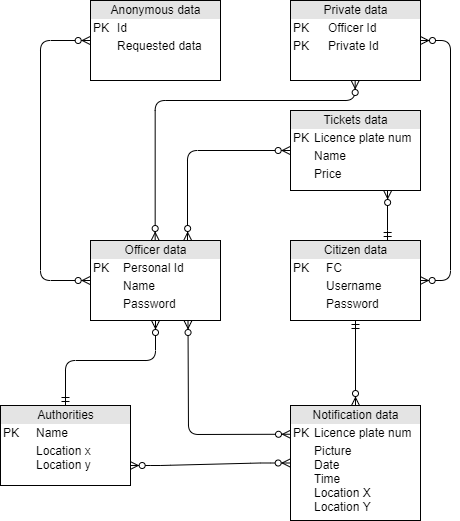
University-Projects-Secco/RahbariSecco keeps this draw.io diagram as DD/images/Data_model_diagram.png. Above is the earlier version. Source tidied: cells renumbered, new cells last; positions are measured from the earlier drawing's top-left corner, leaving out a move shared by most shapes. Its diagram source:
```xml
<mxGraphModel>
  <root>
    <mxCell id="0" />
    <mxCell id="1" parent="0" />
    <mxCell id="2" value="&lt;div style=&quot;text-align: center ; box-sizing: border-box ; width: 100% ; background: rgb(228 , 228 , 228) ; padding: 2px&quot;&gt;Tickets data&lt;/div&gt;&lt;table style=&quot;width: 100% ; font-size: 1em&quot; cellpadding=&quot;2&quot; cellspacing=&quot;0&quot;&gt;&lt;tbody&gt;&lt;tr&gt;&lt;td&gt;PK&lt;/td&gt;&lt;td&gt;Licence plate num&amp;nbsp;&lt;/td&gt;&lt;/tr&gt;&lt;tr&gt;&lt;td&gt;&lt;br&gt;&lt;/td&gt;&lt;td&gt;Name&lt;/td&gt;&lt;/tr&gt;&lt;tr&gt;&lt;td&gt;&lt;/td&gt;&lt;td&gt;Price&lt;/td&gt;&lt;/tr&gt;&lt;/tbody&gt;&lt;/table&gt;" style="verticalAlign=top;align=left;overflow=fill;html=1;" parent="1" vertex="1">
      <mxGeometry x="290" y="110" width="130" height="80" as="geometry" />
    </mxCell>
    <mxCell id="3" value="&lt;div style=&quot;text-align: center ; box-sizing: border-box ; width: 100% ; background: rgb(228 , 228 , 228) ; padding: 2px&quot;&gt;Citizen data&lt;/div&gt;&lt;table style=&quot;width: 100% ; font-size: 1em&quot; cellpadding=&quot;2&quot; cellspacing=&quot;0&quot;&gt;&lt;tbody&gt;&lt;tr&gt;&lt;td&gt;PK&lt;/td&gt;&lt;td&gt;FC&amp;nbsp;&lt;/td&gt;&lt;/tr&gt;&lt;tr&gt;&lt;td&gt;&lt;br&gt;&lt;/td&gt;&lt;td&gt;Username&lt;/td&gt;&lt;/tr&gt;&lt;tr&gt;&lt;td&gt;&lt;/td&gt;&lt;td&gt;Password&lt;/td&gt;&lt;/tr&gt;&lt;/tbody&gt;&lt;/table&gt;" style="verticalAlign=top;align=left;overflow=fill;html=1;" parent="1" vertex="1">
      <mxGeometry x="290" y="240" width="130" height="80" as="geometry" />
    </mxCell>
    <mxCell id="4" value="&lt;div style=&quot;text-align: center ; box-sizing: border-box ; width: 100% ; background: rgb(228 , 228 , 228) ; padding: 2px&quot;&gt;Officer data&lt;/div&gt;&lt;table style=&quot;width: 100% ; font-size: 1em&quot; cellpadding=&quot;2&quot; cellspacing=&quot;0&quot;&gt;&lt;tbody&gt;&lt;tr&gt;&lt;td&gt;PK&lt;/td&gt;&lt;td&gt;Personal Id&amp;nbsp;&lt;/td&gt;&lt;/tr&gt;&lt;tr&gt;&lt;td&gt;&lt;br&gt;&lt;/td&gt;&lt;td&gt;Name&lt;/td&gt;&lt;/tr&gt;&lt;tr&gt;&lt;td&gt;&lt;/td&gt;&lt;td&gt;Password&lt;/td&gt;&lt;/tr&gt;&lt;/tbody&gt;&lt;/table&gt;" style="verticalAlign=top;align=left;overflow=fill;html=1;" parent="1" vertex="1">
      <mxGeometry x="90" y="240" width="130" height="80" as="geometry" />
    </mxCell>
    <mxCell id="5" value="&lt;div style=&quot;text-align: center ; box-sizing: border-box ; width: 100% ; background: rgb(228 , 228 , 228) ; padding: 2px&quot;&gt;Anonymous data&lt;/div&gt;&lt;table style=&quot;width: 100% ; font-size: 1em&quot; cellpadding=&quot;2&quot; cellspacing=&quot;0&quot;&gt;&lt;tbody&gt;&lt;tr&gt;&lt;td&gt;PK&lt;/td&gt;&lt;td&gt;Id&amp;nbsp;&lt;/td&gt;&lt;/tr&gt;&lt;tr&gt;&lt;td&gt;&lt;br&gt;&lt;/td&gt;&lt;td&gt;Requested data&lt;/td&gt;&lt;/tr&gt;&lt;tr&gt;&lt;td&gt;&lt;/td&gt;&lt;td&gt;&lt;br&gt;&lt;/td&gt;&lt;/tr&gt;&lt;/tbody&gt;&lt;/table&gt;" style="verticalAlign=top;align=left;overflow=fill;html=1;" parent="1" vertex="1">
      <mxGeometry x="90" width="130" height="80" as="geometry" />
    </mxCell>
    <mxCell id="6" value="&lt;div style=&quot;text-align: center ; box-sizing: border-box ; width: 100% ; background: rgb(228 , 228 , 228) ; padding: 2px&quot;&gt;Private data&lt;/div&gt;&lt;table style=&quot;width: 100% ; font-size: 1em&quot; cellpadding=&quot;2&quot; cellspacing=&quot;0&quot;&gt;&lt;tbody&gt;&lt;tr&gt;&lt;td&gt;PK&lt;/td&gt;&lt;td&gt;Officer Id&amp;nbsp;&lt;/td&gt;&lt;/tr&gt;&lt;tr&gt;&lt;td&gt;PK&lt;/td&gt;&lt;td&gt;Private Id&lt;/td&gt;&lt;/tr&gt;&lt;tr&gt;&lt;td&gt;&lt;/td&gt;&lt;td&gt;&lt;br&gt;&lt;/td&gt;&lt;/tr&gt;&lt;/tbody&gt;&lt;/table&gt;" style="verticalAlign=top;align=left;overflow=fill;html=1;" parent="1" vertex="1">
      <mxGeometry x="290" width="130" height="80" as="geometry" />
    </mxCell>
    <mxCell id="7" value="&lt;div style=&quot;text-align: center ; box-sizing: border-box ; width: 100% ; background: rgb(228 , 228 , 228) ; padding: 2px&quot;&gt;Notification data&lt;/div&gt;&lt;table style=&quot;width: 100% ; font-size: 1em&quot; cellpadding=&quot;2&quot; cellspacing=&quot;0&quot;&gt;&lt;tbody&gt;&lt;tr&gt;&lt;td&gt;PK&lt;/td&gt;&lt;td&gt;Licence plate num&amp;nbsp;&lt;/td&gt;&lt;/tr&gt;&lt;tr&gt;&lt;td&gt;&lt;br&gt;&lt;/td&gt;&lt;td&gt;Picture&lt;br&gt;Date&lt;br&gt;Time&lt;br&gt;Location X&lt;br&gt;Location Y&lt;/td&gt;&lt;/tr&gt;&lt;tr&gt;&lt;td&gt;&lt;/td&gt;&lt;td&gt;&lt;br&gt;&lt;/td&gt;&lt;/tr&gt;&lt;/tbody&gt;&lt;/table&gt;" style="verticalAlign=top;align=left;overflow=fill;html=1;" parent="1" vertex="1">
      <mxGeometry x="290" y="405" width="130" height="115" as="geometry" />
    </mxCell>
    <mxCell id="8" style="endArrow=none;html=1;entryX=0;entryY=0.5;entryDx=0;entryDy=0;exitX=1;exitY=0.5;exitDx=0;exitDy=0;" parent="1" edge="1">
      <mxGeometry relative="1" as="geometry">
        <mxPoint x="115" y="80" as="sourcePoint" />
        <mxPoint x="130" y="80" as="targetPoint" />
      </mxGeometry>
    </mxCell>
    <mxCell id="9" style="edgeStyle=elbowEdgeStyle;fontSize=12;html=1;endArrow=ERzeroToMany;endFill=1;startArrow=ERzeroToMany;entryX=0;entryY=0.5;entryDx=0;entryDy=0;exitX=0;exitY=0.5;exitDx=0;exitDy=0;" parent="1" edge="1" source="5" target="4">
      <mxGeometry relative="1" as="geometry">
        <Array as="points">
          <mxPoint x="40" y="160" />
        </Array>
      </mxGeometry>
    </mxCell>
    <mxCell id="10" style="edgeStyle=elbowEdgeStyle;fontSize=12;html=1;endArrow=ERzeroToMany;endFill=1;startArrow=ERzeroToMany;entryX=0.5;entryY=0;entryDx=0;entryDy=0;exitX=0.5;exitY=1;exitDx=0;exitDy=0;elbow=vertical;" parent="1" edge="1" source="6" target="4">
      <mxGeometry relative="1" as="geometry">
        <Array as="points">
          <mxPoint x="260" y="100" />
          <mxPoint x="270" y="40" />
          <mxPoint x="140" y="90" />
        </Array>
      </mxGeometry>
    </mxCell>
    <mxCell id="11" style="edgeStyle=elbowEdgeStyle;fontSize=12;html=1;endArrow=ERzeroToMany;endFill=1;startArrow=ERzeroToMany;entryX=0.75;entryY=0;entryDx=0;entryDy=0;exitX=0;exitY=0.5;exitDx=0;exitDy=0;" parent="1" edge="1" source="2" target="4">
      <mxGeometry relative="1" as="geometry">
        <Array as="points">
          <mxPoint x="187" y="200" />
        </Array>
      </mxGeometry>
    </mxCell>
    <mxCell id="12" style="edgeStyle=elbowEdgeStyle;fontSize=12;html=1;endArrow=ERzeroToMany;startArrow=ERmandOne;rounded=1;strokeColor=#000000;entryX=0.75;entryY=1;entryDx=0;entryDy=0;exitX=0.75;exitY=0;exitDx=0;exitDy=0;" parent="1" edge="1" source="3" target="2">
      <mxGeometry relative="1" as="geometry">
        <Array as="points">
          <mxPoint x="387" y="220" />
          <mxPoint x="440" y="180" />
        </Array>
      </mxGeometry>
    </mxCell>
    <mxCell id="13" style="edgeStyle=entityRelationEdgeStyle;fontSize=12;html=1;endArrow=ERzeroToMany;endFill=1;startArrow=ERzeroToMany;strokeColor=#000000;exitX=1;exitY=0.5;exitDx=0;exitDy=0;" parent="1" edge="1" source="3" target="6">
      <mxGeometry relative="1" as="geometry" />
    </mxCell>
    <mxCell id="14" style="fontSize=12;html=1;endArrow=ERzeroToMany;startArrow=ERmandOne;strokeColor=#000000;exitX=0.5;exitY=1;exitDx=0;exitDy=0;entryX=0.5;entryY=0;entryDx=0;entryDy=0;" parent="1" edge="1" source="3" target="7">
      <mxGeometry relative="1" as="geometry" />
    </mxCell>
    <mxCell id="15" value="&lt;div style=&quot;text-align: center ; box-sizing: border-box ; width: 100% ; background: rgb(228 , 228 , 228) ; padding: 2px&quot;&gt;Authorities&lt;/div&gt;&lt;table style=&quot;width: 100% ; font-size: 1em&quot; cellpadding=&quot;2&quot; cellspacing=&quot;0&quot;&gt;&lt;tbody&gt;&lt;tr&gt;&lt;td&gt;PK&lt;/td&gt;&lt;td&gt;Name&lt;br&gt;&lt;/td&gt;&lt;/tr&gt;&lt;tr&gt;&lt;td&gt;&lt;/td&gt;&lt;td&gt;Location x&lt;br&gt;Location y&lt;/td&gt;&lt;/tr&gt;&lt;/tbody&gt;&lt;/table&gt;" style="verticalAlign=top;align=left;overflow=fill;html=1;" parent="1" vertex="1">
      <mxGeometry y="405" width="130" height="80" as="geometry" />
    </mxCell>
    <mxCell id="16" style="fontSize=12;html=1;endArrow=ERzeroToMany;startArrow=ERmandOne;strokeColor=#000000;entryX=0.5;entryY=1;entryDx=0;entryDy=0;exitX=0.5;exitY=0;exitDx=0;exitDy=0;" parent="1" edge="1" source="15" target="4">
      <mxGeometry relative="1" as="geometry">
        <Array as="points">
          <mxPoint x="65" y="360" />
          <mxPoint x="155" y="360" />
        </Array>
      </mxGeometry>
    </mxCell>
    <mxCell id="17" style="fontSize=12;html=1;endArrow=ERzeroToMany;endFill=1;startArrow=ERzeroToMany;strokeColor=#000000;entryX=0;entryY=0.25;entryDx=0;entryDy=0;exitX=0.75;exitY=1;exitDx=0;exitDy=0;" parent="1" edge="1" source="4" target="7">
      <mxGeometry relative="1" as="geometry">
        <Array as="points">
          <mxPoint x="188" y="434" />
        </Array>
      </mxGeometry>
    </mxCell>
    <mxCell id="18" style="edgeStyle=entityRelationEdgeStyle;fontSize=12;html=1;endArrow=ERzeroToMany;endFill=1;startArrow=ERzeroToMany;strokeColor=#000000;entryX=0;entryY=0.5;entryDx=0;entryDy=0;exitX=1;exitY=0.75;exitDx=0;exitDy=0;" parent="1" edge="1" source="15" target="7">
      <mxGeometry relative="1" as="geometry" />
    </mxCell>
  </root>
</mxGraphModel>
```
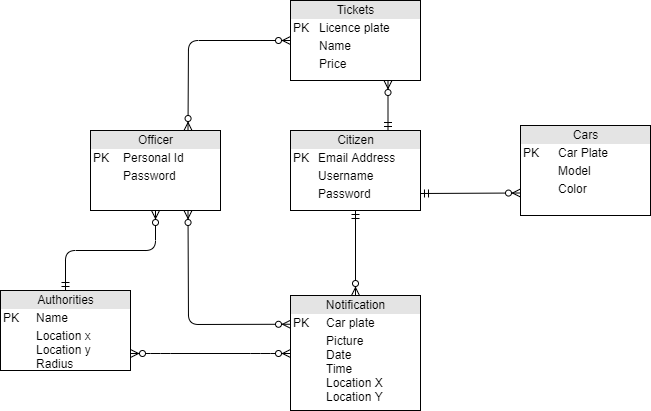
The same file after the commit.

Commit message:
Renamed new Data Model

What changed in the source:
```diff
@@ -2,69 +2,33 @@
   <root>
     <mxCell id="0" />
     <mxCell id="1" parent="0" />
-    <mxCell id="2" value="&lt;div style=&quot;text-align: center ; box-sizing: border-box ; width: 100% ; background: rgb(228 , 228 , 228) ; padding: 2px&quot;&gt;Tickets data&lt;/div&gt;&lt;table style=&quot;width: 100% ; font-size: 1em&quot; cellpadding=&quot;2&quot; cellspacing=&quot;0&quot;&gt;&lt;tbody&gt;&lt;tr&gt;&lt;td&gt;PK&lt;/td&gt;&lt;td&gt;Licence plate num&amp;nbsp;&lt;/td&gt;&lt;/tr&gt;&lt;tr&gt;&lt;td&gt;&lt;br&gt;&lt;/td&gt;&lt;td&gt;Name&lt;/td&gt;&lt;/tr&gt;&lt;tr&gt;&lt;td&gt;&lt;/td&gt;&lt;td&gt;Price&lt;/td&gt;&lt;/tr&gt;&lt;/tbody&gt;&lt;/table&gt;" style="verticalAlign=top;align=left;overflow=fill;html=1;" parent="1" vertex="1">
+    <mxCell id="2" value="&lt;div style=&quot;text-align: center ; box-sizing: border-box ; width: 100% ; background: rgb(228 , 228 , 228) ; padding: 2px&quot;&gt;Tickets&lt;/div&gt;&lt;table style=&quot;width: 100% ; font-size: 1em&quot; cellpadding=&quot;2&quot; cellspacing=&quot;0&quot;&gt;&lt;tbody&gt;&lt;tr&gt;&lt;td&gt;PK&lt;/td&gt;&lt;td&gt;Licence plate&amp;nbsp;&amp;nbsp;&lt;/td&gt;&lt;/tr&gt;&lt;tr&gt;&lt;td&gt;&lt;br&gt;&lt;/td&gt;&lt;td&gt;Name&lt;br&gt;&lt;/td&gt;&lt;/tr&gt;&lt;tr&gt;&lt;td&gt;&lt;/td&gt;&lt;td&gt;Price&lt;/td&gt;&lt;/tr&gt;&lt;/tbody&gt;&lt;/table&gt;" style="verticalAlign=top;align=left;overflow=fill;html=1;" parent="1" vertex="1">
       <mxGeometry x="290" y="110" width="130" height="80" as="geometry" />
     </mxCell>
-    <mxCell id="3" value="&lt;div style=&quot;text-align: center ; box-sizing: border-box ; width: 100% ; background: rgb(228 , 228 , 228) ; padding: 2px&quot;&gt;Citizen data&lt;/div&gt;&lt;table style=&quot;width: 100% ; font-size: 1em&quot; cellpadding=&quot;2&quot; cellspacing=&quot;0&quot;&gt;&lt;tbody&gt;&lt;tr&gt;&lt;td&gt;PK&lt;/td&gt;&lt;td&gt;FC&amp;nbsp;&lt;/td&gt;&lt;/tr&gt;&lt;tr&gt;&lt;td&gt;&lt;br&gt;&lt;/td&gt;&lt;td&gt;Username&lt;/td&gt;&lt;/tr&gt;&lt;tr&gt;&lt;td&gt;&lt;/td&gt;&lt;td&gt;Password&lt;/td&gt;&lt;/tr&gt;&lt;/tbody&gt;&lt;/table&gt;" style="verticalAlign=top;align=left;overflow=fill;html=1;" parent="1" vertex="1">
+    <mxCell id="3" value="&lt;div style=&quot;text-align: center ; box-sizing: border-box ; width: 100% ; background: rgb(228 , 228 , 228) ; padding: 2px&quot;&gt;Citizen&lt;/div&gt;&lt;table style=&quot;width: 100% ; font-size: 1em&quot; cellpadding=&quot;2&quot; cellspacing=&quot;0&quot;&gt;&lt;tbody&gt;&lt;tr&gt;&lt;td&gt;PK&lt;/td&gt;&lt;td&gt;Email Address&amp;nbsp;&lt;/td&gt;&lt;/tr&gt;&lt;tr&gt;&lt;td&gt;&lt;br&gt;&lt;/td&gt;&lt;td&gt;Username&lt;/td&gt;&lt;/tr&gt;&lt;tr&gt;&lt;td&gt;&lt;/td&gt;&lt;td&gt;Password&lt;/td&gt;&lt;/tr&gt;&lt;/tbody&gt;&lt;/table&gt;" style="verticalAlign=top;align=left;overflow=fill;html=1;" parent="1" vertex="1">
       <mxGeometry x="290" y="240" width="130" height="80" as="geometry" />
     </mxCell>
-    <mxCell id="4" value="&lt;div style=&quot;text-align: center ; box-sizing: border-box ; width: 100% ; background: rgb(228 , 228 , 228) ; padding: 2px&quot;&gt;Officer data&lt;/div&gt;&lt;table style=&quot;width: 100% ; font-size: 1em&quot; cellpadding=&quot;2&quot; cellspacing=&quot;0&quot;&gt;&lt;tbody&gt;&lt;tr&gt;&lt;td&gt;PK&lt;/td&gt;&lt;td&gt;Personal Id&amp;nbsp;&lt;/td&gt;&lt;/tr&gt;&lt;tr&gt;&lt;td&gt;&lt;br&gt;&lt;/td&gt;&lt;td&gt;Name&lt;/td&gt;&lt;/tr&gt;&lt;tr&gt;&lt;td&gt;&lt;/td&gt;&lt;td&gt;Password&lt;/td&gt;&lt;/tr&gt;&lt;/tbody&gt;&lt;/table&gt;" style="verticalAlign=top;align=left;overflow=fill;html=1;" parent="1" vertex="1">
+    <mxCell id="4" value="&lt;div style=&quot;text-align: center ; box-sizing: border-box ; width: 100% ; background: rgb(228 , 228 , 228) ; padding: 2px&quot;&gt;Officer&lt;/div&gt;&lt;table style=&quot;width: 100% ; font-size: 1em&quot; cellpadding=&quot;2&quot; cellspacing=&quot;0&quot;&gt;&lt;tbody&gt;&lt;tr&gt;&lt;td&gt;PK&lt;/td&gt;&lt;td&gt;Personal Id&amp;nbsp;&lt;/td&gt;&lt;/tr&gt;&lt;tr&gt;&lt;td&gt;&lt;br&gt;&lt;/td&gt;&lt;td&gt;Password&lt;/td&gt;&lt;/tr&gt;&lt;tr&gt;&lt;td&gt;&lt;/td&gt;&lt;td&gt;&lt;br&gt;&lt;/td&gt;&lt;/tr&gt;&lt;/tbody&gt;&lt;/table&gt;" style="verticalAlign=top;align=left;overflow=fill;html=1;" parent="1" vertex="1">
       <mxGeometry x="90" y="240" width="130" height="80" as="geometry" />
     </mxCell>
-    <mxCell id="5" value="&lt;div style=&quot;text-align: center ; box-sizing: border-box ; width: 100% ; background: rgb(228 , 228 , 228) ; padding: 2px&quot;&gt;Anonymous data&lt;/div&gt;&lt;table style=&quot;width: 100% ; font-size: 1em&quot; cellpadding=&quot;2&quot; cellspacing=&quot;0&quot;&gt;&lt;tbody&gt;&lt;tr&gt;&lt;td&gt;PK&lt;/td&gt;&lt;td&gt;Id&amp;nbsp;&lt;/td&gt;&lt;/tr&gt;&lt;tr&gt;&lt;td&gt;&lt;br&gt;&lt;/td&gt;&lt;td&gt;Requested data&lt;/td&gt;&lt;/tr&gt;&lt;tr&gt;&lt;td&gt;&lt;/td&gt;&lt;td&gt;&lt;br&gt;&lt;/td&gt;&lt;/tr&gt;&lt;/tbody&gt;&lt;/table&gt;" style="verticalAlign=top;align=left;overflow=fill;html=1;" parent="1" vertex="1">
-      <mxGeometry x="90" width="130" height="80" as="geometry" />
-    </mxCell>
-    <mxCell id="6" value="&lt;div style=&quot;text-align: center ; box-sizing: border-box ; width: 100% ; background: rgb(228 , 228 , 228) ; padding: 2px&quot;&gt;Private data&lt;/div&gt;&lt;table style=&quot;width: 100% ; font-size: 1em&quot; cellpadding=&quot;2&quot; cellspacing=&quot;0&quot;&gt;&lt;tbody&gt;&lt;tr&gt;&lt;td&gt;PK&lt;/td&gt;&lt;td&gt;Officer Id&amp;nbsp;&lt;/td&gt;&lt;/tr&gt;&lt;tr&gt;&lt;td&gt;PK&lt;/td&gt;&lt;td&gt;Private Id&lt;/td&gt;&lt;/tr&gt;&lt;tr&gt;&lt;td&gt;&lt;/td&gt;&lt;td&gt;&lt;br&gt;&lt;/td&gt;&lt;/tr&gt;&lt;/tbody&gt;&lt;/table&gt;" style="verticalAlign=top;align=left;overflow=fill;html=1;" parent="1" vertex="1">
-      <mxGeometry x="290" width="130" height="80" as="geometry" />
-    </mxCell>
-    <mxCell id="7" value="&lt;div style=&quot;text-align: center ; box-sizing: border-box ; width: 100% ; background: rgb(228 , 228 , 228) ; padding: 2px&quot;&gt;Notification data&lt;/div&gt;&lt;table style=&quot;width: 100% ; font-size: 1em&quot; cellpadding=&quot;2&quot; cellspacing=&quot;0&quot;&gt;&lt;tbody&gt;&lt;tr&gt;&lt;td&gt;PK&lt;/td&gt;&lt;td&gt;Licence plate num&amp;nbsp;&lt;/td&gt;&lt;/tr&gt;&lt;tr&gt;&lt;td&gt;&lt;br&gt;&lt;/td&gt;&lt;td&gt;Picture&lt;br&gt;Date&lt;br&gt;Time&lt;br&gt;Location X&lt;br&gt;Location Y&lt;/td&gt;&lt;/tr&gt;&lt;tr&gt;&lt;td&gt;&lt;/td&gt;&lt;td&gt;&lt;br&gt;&lt;/td&gt;&lt;/tr&gt;&lt;/tbody&gt;&lt;/table&gt;" style="verticalAlign=top;align=left;overflow=fill;html=1;" parent="1" vertex="1">
+    <mxCell id="7" value="&lt;div style=&quot;text-align: center ; box-sizing: border-box ; width: 100% ; background: rgb(228 , 228 , 228) ; padding: 2px&quot;&gt;Notification&lt;/div&gt;&lt;table style=&quot;width: 100% ; font-size: 1em&quot; cellpadding=&quot;2&quot; cellspacing=&quot;0&quot;&gt;&lt;tbody&gt;&lt;tr&gt;&lt;td&gt;PK&lt;/td&gt;&lt;td&gt;Car plate&amp;nbsp;&lt;/td&gt;&lt;/tr&gt;&lt;tr&gt;&lt;td&gt;&lt;br&gt;&lt;/td&gt;&lt;td&gt;Picture&lt;br&gt;Date&lt;br&gt;Time&lt;br&gt;Location X&lt;br&gt;Location Y&lt;/td&gt;&lt;/tr&gt;&lt;tr&gt;&lt;td&gt;&lt;/td&gt;&lt;td&gt;&lt;br&gt;&lt;/td&gt;&lt;/tr&gt;&lt;/tbody&gt;&lt;/table&gt;" style="verticalAlign=top;align=left;overflow=fill;html=1;" parent="1" vertex="1">
       <mxGeometry x="290" y="405" width="130" height="115" as="geometry" />
     </mxCell>
-    <mxCell id="8" style="endArrow=none;html=1;entryX=0;entryY=0.5;entryDx=0;entryDy=0;exitX=1;exitY=0.5;exitDx=0;exitDy=0;" parent="1" edge="1">
-      <mxGeometry relative="1" as="geometry">
-        <mxPoint x="115" y="80" as="sourcePoint" />
-        <mxPoint x="130" y="80" as="targetPoint" />
-      </mxGeometry>
-    </mxCell>
-    <mxCell id="9" style="edgeStyle=elbowEdgeStyle;fontSize=12;html=1;endArrow=ERzeroToMany;endFill=1;startArrow=ERzeroToMany;entryX=0;entryY=0.5;entryDx=0;entryDy=0;exitX=0;exitY=0.5;exitDx=0;exitDy=0;" parent="1" edge="1" source="5" target="4">
-      <mxGeometry relative="1" as="geometry">
-        <Array as="points">
-          <mxPoint x="40" y="160" />
-        </Array>
-      </mxGeometry>
-    </mxCell>
-    <mxCell id="10" style="edgeStyle=elbowEdgeStyle;fontSize=12;html=1;endArrow=ERzeroToMany;endFill=1;startArrow=ERzeroToMany;entryX=0.5;entryY=0;entryDx=0;entryDy=0;exitX=0.5;exitY=1;exitDx=0;exitDy=0;elbow=vertical;" parent="1" edge="1" source="6" target="4">
-      <mxGeometry relative="1" as="geometry">
-        <Array as="points">
-          <mxPoint x="260" y="100" />
-          <mxPoint x="270" y="40" />
-          <mxPoint x="140" y="90" />
-        </Array>
-      </mxGeometry>
-    </mxCell>
-    <mxCell id="11" style="edgeStyle=elbowEdgeStyle;fontSize=12;html=1;endArrow=ERzeroToMany;endFill=1;startArrow=ERzeroToMany;entryX=0.75;entryY=0;entryDx=0;entryDy=0;exitX=0;exitY=0.5;exitDx=0;exitDy=0;" parent="1" edge="1" source="2" target="4">
+    <mxCell id="11" style="fontSize=12;html=1;endArrow=ERzeroToMany;endFill=1;startArrow=ERzeroToMany;entryX=0.75;entryY=0;entryDx=0;entryDy=0;exitX=0;exitY=0.5;exitDx=0;exitDy=0;" parent="1" edge="1" source="2" target="4">
       <mxGeometry relative="1" as="geometry">
         <Array as="points">
-          <mxPoint x="187" y="200" />
+          <mxPoint x="188" y="150" />
         </Array>
       </mxGeometry>
     </mxCell>
-    <mxCell id="12" style="edgeStyle=elbowEdgeStyle;fontSize=12;html=1;endArrow=ERzeroToMany;startArrow=ERmandOne;rounded=1;strokeColor=#000000;entryX=0.75;entryY=1;entryDx=0;entryDy=0;exitX=0.75;exitY=0;exitDx=0;exitDy=0;" parent="1" edge="1" source="3" target="2">
-      <mxGeometry relative="1" as="geometry">
-        <Array as="points">
-          <mxPoint x="387" y="220" />
-          <mxPoint x="440" y="180" />
-        </Array>
-      </mxGeometry>
+    <mxCell id="12" style="fontSize=12;html=1;endArrow=ERzeroToMany;startArrow=ERmandOne;rounded=1;strokeColor=#000000;entryX=0.75;entryY=1;entryDx=0;entryDy=0;exitX=0.75;exitY=0;exitDx=0;exitDy=0;" parent="1" edge="1" source="3" target="2">
+      <mxGeometry relative="1" as="geometry" />
     </mxCell>
-    <mxCell id="13" style="edgeStyle=entityRelationEdgeStyle;fontSize=12;html=1;endArrow=ERzeroToMany;endFill=1;startArrow=ERzeroToMany;strokeColor=#000000;exitX=1;exitY=0.5;exitDx=0;exitDy=0;" parent="1" edge="1" source="3" target="6">
-      <mxGeometry relative="1" as="geometry" />
-    </mxCell>
     <mxCell id="14" style="fontSize=12;html=1;endArrow=ERzeroToMany;startArrow=ERmandOne;strokeColor=#000000;exitX=0.5;exitY=1;exitDx=0;exitDy=0;entryX=0.5;entryY=0;entryDx=0;entryDy=0;" parent="1" edge="1" source="3" target="7">
       <mxGeometry relative="1" as="geometry" />
     </mxCell>
-    <mxCell id="15" value="&lt;div style=&quot;text-align: center ; box-sizing: border-box ; width: 100% ; background: rgb(228 , 228 , 228) ; padding: 2px&quot;&gt;Authorities&lt;/div&gt;&lt;table style=&quot;width: 100% ; font-size: 1em&quot; cellpadding=&quot;2&quot; cellspacing=&quot;0&quot;&gt;&lt;tbody&gt;&lt;tr&gt;&lt;td&gt;PK&lt;/td&gt;&lt;td&gt;Name&lt;br&gt;&lt;/td&gt;&lt;/tr&gt;&lt;tr&gt;&lt;td&gt;&lt;/td&gt;&lt;td&gt;Location x&lt;br&gt;Location y&lt;/td&gt;&lt;/tr&gt;&lt;/tbody&gt;&lt;/table&gt;" style="verticalAlign=top;align=left;overflow=fill;html=1;" parent="1" vertex="1">
-      <mxGeometry y="405" width="130" height="80" as="geometry" />
+    <mxCell id="15" value="&lt;div style=&quot;text-align: center ; box-sizing: border-box ; width: 100% ; background: rgb(228 , 228 , 228) ; padding: 2px&quot;&gt;Authorities&lt;/div&gt;&lt;table style=&quot;width: 100% ; font-size: 1em&quot; cellpadding=&quot;2&quot; cellspacing=&quot;0&quot;&gt;&lt;tbody&gt;&lt;tr&gt;&lt;td&gt;PK&lt;/td&gt;&lt;td&gt;Name&lt;br&gt;&lt;/td&gt;&lt;/tr&gt;&lt;tr&gt;&lt;td&gt;&lt;/td&gt;&lt;td&gt;Location x&lt;br&gt;Location y&lt;br&gt;Radius&lt;/td&gt;&lt;/tr&gt;&lt;/tbody&gt;&lt;/table&gt;" style="verticalAlign=top;align=left;overflow=fill;html=1;" parent="1" vertex="1">
+      <mxGeometry y="400" width="130" height="80" as="geometry" />
     </mxCell>
     <mxCell id="16" style="fontSize=12;html=1;endArrow=ERzeroToMany;startArrow=ERmandOne;strokeColor=#000000;entryX=0.5;entryY=1;entryDx=0;entryDy=0;exitX=0.5;exitY=0;exitDx=0;exitDy=0;" parent="1" edge="1" source="15" target="4">
       <mxGeometry relative="1" as="geometry">
@@ -81,8 +45,19 @@
         </Array>
       </mxGeometry>
     </mxCell>
-    <mxCell id="18" style="edgeStyle=entityRelationEdgeStyle;fontSize=12;html=1;endArrow=ERzeroToMany;endFill=1;startArrow=ERzeroToMany;strokeColor=#000000;entryX=0;entryY=0.5;entryDx=0;entryDy=0;exitX=1;exitY=0.75;exitDx=0;exitDy=0;" parent="1" edge="1" source="15" target="7">
-      <mxGeometry relative="1" as="geometry" />
+    <mxCell id="18" style="edgeStyle=entityRelationEdgeStyle;fontSize=12;html=1;endArrow=ERzeroToMany;endFill=1;startArrow=ERzeroToMany;strokeColor=#000000;" parent="1" edge="1">
+      <mxGeometry relative="1" as="geometry">
+        <mxPoint x="130" y="463" as="sourcePoint" />
+        <mxPoint x="290" y="463" as="targetPoint" />
+      </mxGeometry>
     </mxCell>
+    <mxCell id="19" value="&lt;div style=&quot;text-align: center ; box-sizing: border-box ; width: 100% ; background: rgb(228 , 228 , 228) ; padding: 2px&quot;&gt;Cars&lt;/div&gt;&lt;table style=&quot;width: 100% ; font-size: 1em&quot; cellpadding=&quot;2&quot; cellspacing=&quot;0&quot;&gt;&lt;tbody&gt;&lt;tr&gt;&lt;td&gt;PK&lt;/td&gt;&lt;td&gt;Car Plate&lt;/td&gt;&lt;/tr&gt;&lt;tr&gt;&lt;td&gt;&lt;br&gt;&lt;/td&gt;&lt;td&gt;Model&lt;br&gt;&lt;/td&gt;&lt;/tr&gt;&lt;tr&gt;&lt;td&gt;&lt;/td&gt;&lt;td&gt;Color&lt;br&gt;&lt;br&gt;&lt;/td&gt;&lt;/tr&gt;&lt;/tbody&gt;&lt;/table&gt;" style="verticalAlign=top;align=left;overflow=fill;html=1;" parent="1" vertex="1">
+      <mxGeometry x="520" y="235" width="130" height="90" as="geometry" />
+    </mxCell>
+    <mxCell id="20" style="fontSize=12;html=1;endArrow=ERzeroToMany;startArrow=ERmandOne;strokeColor=#000000;entryX=0;entryY=0.75;entryDx=0;entryDy=0;" parent="1" edge="1" target="19">
+      <mxGeometry relative="1" as="geometry">
+        <mxPoint x="420" y="303" as="sourcePoint" />
+      </mxGeometry>
+    </mxCell>
   </root>
 </mxGraphModel>
```
